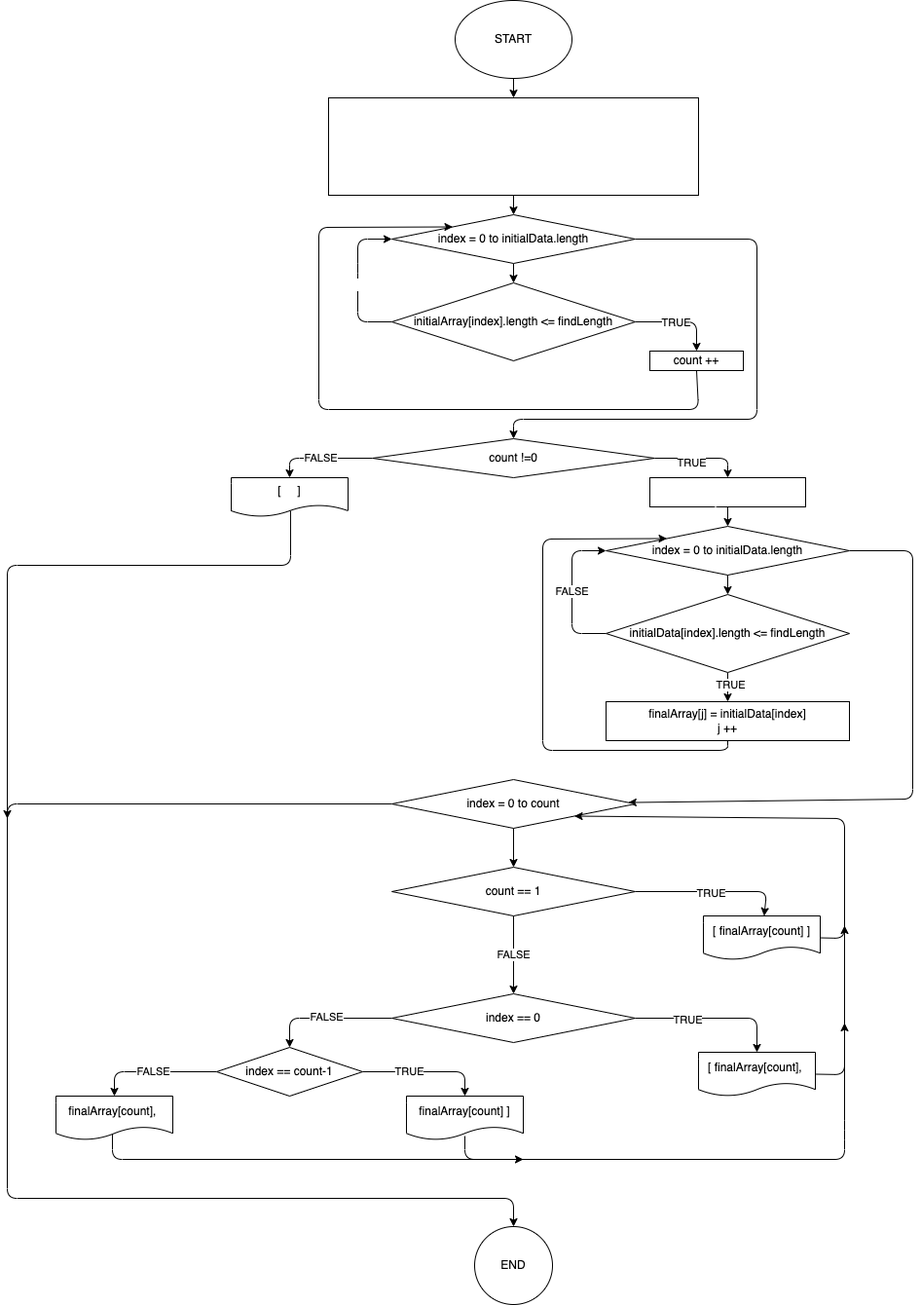
Earlier version of the draw.io export diagram.drawio.png (Moerushi/FINAL_PROJECT). Source tidied: cells renumbered, new cells last; positions are measured from the earlier drawing's top-left corner, leaving out a move shared by most shapes.
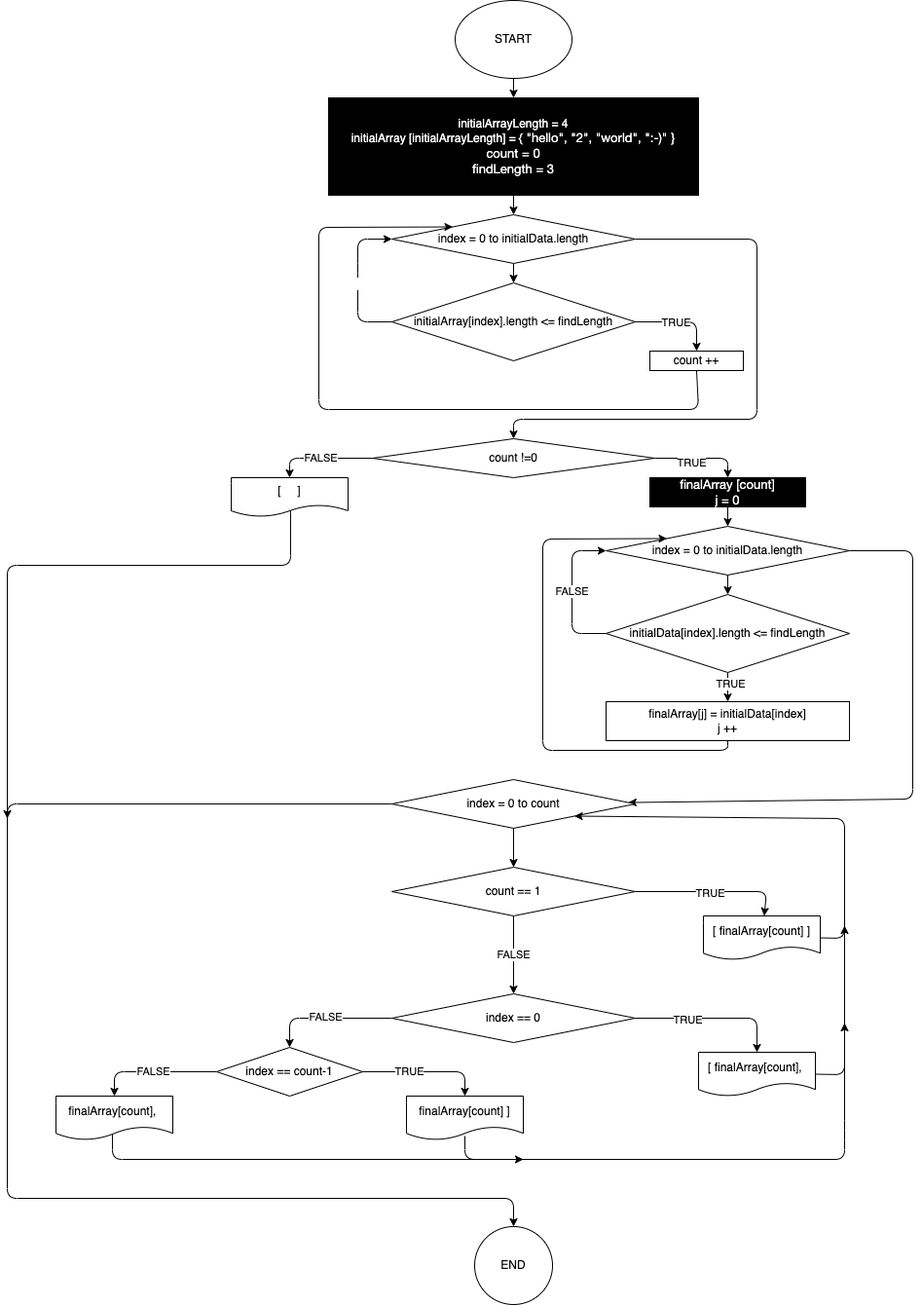
The same diagram one commit later.

Diff of the diagram source:
```diff
@@ -11,7 +11,7 @@
     <mxCell id="4" style="edgeStyle=none;html=1;exitX=0.5;exitY=1;exitDx=0;exitDy=0;entryX=0.5;entryY=0;entryDx=0;entryDy=0;" parent="1" edge="1" source="5" target="8">
       <mxGeometry relative="1" as="geometry" />
     </mxCell>
-    <mxCell id="5" value="&lt;font color=&quot;#ffffff&quot;&gt;initialArrayLength = 4&lt;br&gt;initialArray [initialArrayLength] = {&amp;nbsp;&lt;span style=&quot;font-family: &amp;quot;Helvetica Neue&amp;quot;; font-size: 13px; text-align: start; background-color: initial;&quot;&gt;&quot;hello&quot;, &quot;2&quot;, &quot;world&quot;, &quot;:-)&quot; }&lt;br&gt;count = 0&lt;/span&gt;&lt;/font&gt;&lt;font color=&quot;#ffffff&quot;&gt;&lt;span style=&quot;font-family: &amp;quot;Helvetica Neue&amp;quot;; font-size: 13px; text-align: start; background-color: initial;&quot;&gt;&lt;br&gt;findLength = 3&lt;br&gt;&lt;/span&gt;&lt;/font&gt;" style="whiteSpace=wrap;html=1;" parent="1" vertex="1">
+    <mxCell id="5" value="&lt;font&gt;initialArrayLength = 4&lt;br&gt;initialArray [initialArrayLength] = {&amp;nbsp;&lt;span style=&quot;font-family: &amp;quot;Helvetica Neue&amp;quot;; font-size: 13px; text-align: start; background-color: initial;&quot;&gt;&quot;hello&quot;, &quot;2&quot;, &quot;world&quot;, &quot;:-)&quot; }&lt;br&gt;count = 0&lt;/span&gt;&lt;/font&gt;&lt;font&gt;&lt;span style=&quot;font-family: &amp;quot;Helvetica Neue&amp;quot;; font-size: 13px; text-align: start; background-color: initial;&quot;&gt;&lt;br&gt;findLength = 3&lt;br&gt;&lt;/span&gt;&lt;/font&gt;" style="whiteSpace=wrap;html=1;fontColor=#FFFFFF;fillColor=#000000;" parent="1" vertex="1">
       <mxGeometry x="330" y="100" width="380" height="100" as="geometry" />
     </mxCell>
     <mxCell id="6" style="edgeStyle=none;html=1;fontColor=#FFFFFF;" parent="1" edge="1" source="8" target="13">
@@ -69,7 +69,7 @@
     <mxCell id="16" style="edgeStyle=none;html=1;exitX=0.5;exitY=1;exitDx=0;exitDy=0;entryX=0.5;entryY=0;entryDx=0;entryDy=0;" parent="1" edge="1" source="17" target="26">
       <mxGeometry relative="1" as="geometry" />
     </mxCell>
-    <mxCell id="17" value="&lt;font color=&quot;#ffffff&quot;&gt;&lt;span style=&quot;font-family: &amp;quot;Helvetica Neue&amp;quot;; font-size: 13px; text-align: start; background-color: initial;&quot;&gt;finalArray [&lt;/span&gt;&lt;/font&gt;&lt;span style=&quot;color: rgb(255, 255, 255); font-family: &amp;quot;Helvetica Neue&amp;quot;; font-size: 13px; text-align: start;&quot;&gt;count]&lt;br&gt;j = 0&lt;br&gt;&lt;/span&gt;" style="whiteSpace=wrap;html=1;" parent="1" vertex="1">
+    <mxCell id="17" value="&lt;font&gt;&lt;span style=&quot;font-family: &amp;quot;Helvetica Neue&amp;quot;; font-size: 13px; text-align: start; background-color: initial;&quot;&gt;finalArray [&lt;/span&gt;&lt;/font&gt;&lt;span style=&quot;font-family: &amp;quot;Helvetica Neue&amp;quot;; font-size: 13px; text-align: start;&quot;&gt;count]&lt;br&gt;j = 0&lt;br&gt;&lt;/span&gt;" style="whiteSpace=wrap;html=1;fillColor=#000000;fontColor=#FFFFFF;" parent="1" vertex="1">
       <mxGeometry x="660" y="490" width="160" height="30" as="geometry" />
     </mxCell>
     <mxCell id="18" style="edgeStyle=none;html=1;exitX=1;exitY=0.5;exitDx=0;exitDy=0;entryX=0.5;entryY=0;entryDx=0;entryDy=0;" parent="1" edge="1" source="21" target="17">
```
